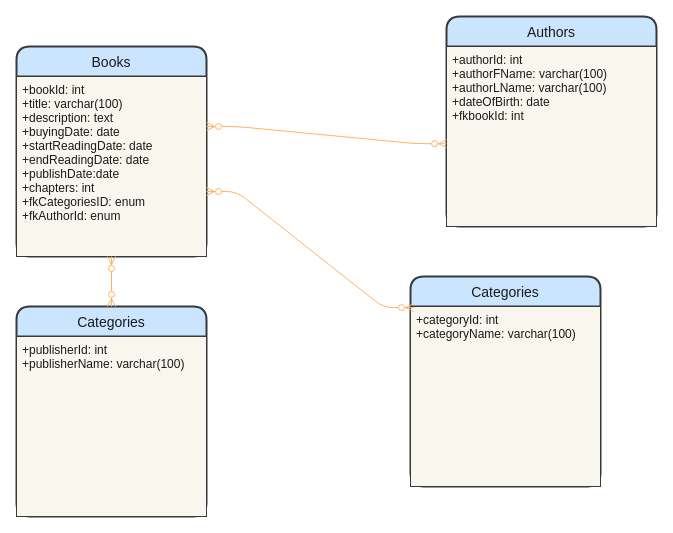
ShahparShabani/FE21-MySQL-DAY2-Shahpar-Madalina keeps this draw.io diagram as Shahpar/bookClass.drawio. Above is the earlier version. Source tidied: cells renumbered, new cells numbered last; positions are measured from the earlier drawing's top-left corner, leaving out a move shared by most shapes. Both pictures are drawn from the tidied source at 100%, with x=0, y=0 at pixel (16, 16).
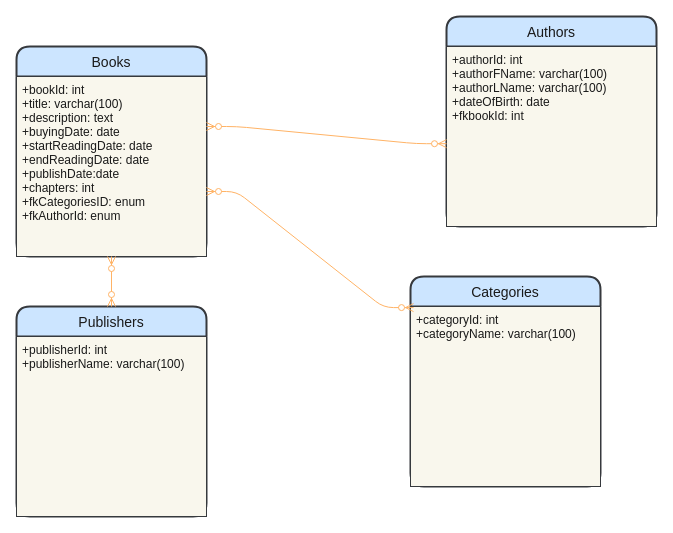
Above is the later version.

The edit, as a diff of the source:
```diff
@@
 <mxGraphModel>
   <root>
     <mxCell id="0" />
     <mxCell id="1" parent="0" />
     <mxCell id="2" value="Books" style="swimlane;horizontal=1;startSize=30;rounded=1;fontSize=14;fontStyle=0;strokeWidth=2;shadow=0;dashed=0;align=center;fillColor=#cce5ff;strokeColor=#36393d;fontColor=#1A1A1A;" parent="1" vertex="1">
       <mxGeometry y="30" width="190" height="210" as="geometry" />
     </mxCell>
     <mxCell id="3" value="+bookId: int&#10;+title: varchar(100)&#10;+description: text&#10;+buyingDate: date&#10;+startReadingDate: date&#10;+endReadingDate: date&#10;+publishDate:date&#10;+chapters: int&#10;+fkCategoriesID: enum&#10;+fkAuthorId: enum" style="align=left;strokeColor=#36393d;fillColor=#f9f7ed;spacingLeft=4;fontSize=12;verticalAlign=top;fontColor=#1A1A1A;" parent="2" vertex="1">
       <mxGeometry y="30" width="190" height="180" as="geometry" />
     </mxCell>
     <mxCell id="4" style="align=left;strokeColor=#36393d;fillColor=#f9f7ed;spacingLeft=4;fontSize=12;verticalAlign=top;fontColor=#1A1A1A;" parent="2" vertex="1">
       <mxGeometry y="210" width="190" as="geometry" />
     </mxCell>
     <mxCell id="5" value="Authors" style="swimlane;horizontal=1;startSize=30;rounded=1;fontSize=14;fontStyle=0;strokeWidth=2;shadow=0;dashed=0;align=center;fillColor=#cce5ff;strokeColor=#36393d;fontColor=#1A1A1A;" parent="1" vertex="1">
       <mxGeometry x="430" width="210" height="210" as="geometry" />
     </mxCell>
     <mxCell id="6" value="+authorId: int&#10;+authorFName: varchar(100)&#10;+authorLName: varchar(100)&#10;+dateOfBirth: date&#10;+fkbookId: int" style="align=left;strokeColor=#36393d;fillColor=#f9f7ed;spacingLeft=4;fontSize=12;verticalAlign=top;fontColor=#1A1A1A;" parent="5" vertex="1">
       <mxGeometry y="30" width="210" height="180" as="geometry" />
     </mxCell>
     <mxCell id="7" style="align=left;strokeColor=#36393d;fillColor=#f9f7ed;spacingLeft=4;fontSize=12;verticalAlign=top;fontColor=#1A1A1A;" parent="5" vertex="1">
       <mxGeometry y="210" width="210" as="geometry" />
     </mxCell>
     <mxCell id="8" style="edgeStyle=orthogonalEdgeStyle;rounded=0;orthogonalLoop=1;jettySize=auto;html=1;exitX=0.5;exitY=1;exitDx=0;exitDy=0;fontColor=#1A1A1A;" parent="5" edge="1" source="6" target="6">
       <mxGeometry relative="1" as="geometry" />
     </mxCell>
     <mxCell id="9" value="Categories" style="swimlane;horizontal=1;startSize=30;rounded=1;fontSize=14;fontStyle=0;strokeWidth=2;shadow=0;dashed=0;align=center;fillColor=#cce5ff;strokeColor=#36393d;fontColor=#1A1A1A;" parent="1" vertex="1">
       <mxGeometry x="394" y="260" width="190" height="210" as="geometry" />
     </mxCell>
     <mxCell id="10" value="+categoryId: int&#10;+categoryName: varchar(100)&#10;&#10;" style="align=left;strokeColor=#36393d;fillColor=#f9f7ed;spacingLeft=4;fontSize=12;verticalAlign=top;fontColor=#1A1A1A;" parent="9" vertex="1">
       <mxGeometry y="30" width="190" height="180" as="geometry" />
     </mxCell>
     <mxCell id="11" style="align=left;strokeColor=#36393d;fillColor=#f9f7ed;spacingLeft=4;fontSize=12;verticalAlign=top;fontColor=#1A1A1A;" parent="9" vertex="1">
       <mxGeometry y="210" width="190" as="geometry" />
     </mxCell>
     <mxCell id="12" style="edgeStyle=entityRelationEdgeStyle;fontSize=12;html=1;endArrow=ERzeroToMany;endFill=1;startArrow=ERzeroToMany;fontColor=#1A1A1A;entryX=0.016;entryY=0.148;entryDx=0;entryDy=0;entryPerimeter=0;fillColor=#ffff88;strokeColor=#FFB366;" parent="1" edge="1" target="9">
       <mxGeometry relative="1" as="geometry">
         <mxPoint x="190" y="175" as="sourcePoint" />
       </mxGeometry>
     </mxCell>
     <mxCell id="13" style="edgeStyle=entityRelationEdgeStyle;fontSize=12;html=1;endArrow=ERzeroToMany;endFill=1;startArrow=ERzeroToMany;fontColor=#1A1A1A;entryX=0;entryY=0.54;entryDx=0;entryDy=0;entryPerimeter=0;strokeColor=#FFB366;" parent="1" edge="1" target="6">
       <mxGeometry relative="1" as="geometry">
         <mxPoint x="190" y="110" as="sourcePoint" />
       </mxGeometry>
     </mxCell>
-    <mxCell id="14" value="Categories" style="swimlane;horizontal=1;startSize=30;rounded=1;fontSize=14;fontStyle=0;strokeWidth=2;shadow=0;dashed=0;align=center;fillColor=#cce5ff;strokeColor=#36393d;fontColor=#1A1A1A;" parent="1" vertex="1">
+    <mxCell id="14" value="Publishers" style="swimlane;horizontal=1;startSize=30;rounded=1;fontSize=14;fontStyle=0;strokeWidth=2;shadow=0;dashed=0;align=center;fillColor=#cce5ff;strokeColor=#36393d;fontColor=#1A1A1A;" parent="1" vertex="1">
       <mxGeometry y="290" width="190" height="210" as="geometry" />
     </mxCell>
     <mxCell id="15" value="+publisherId: int&#10;+publisherName: varchar(100)&#10;&#10;" style="align=left;strokeColor=#36393d;fillColor=#f9f7ed;spacingLeft=4;fontSize=12;verticalAlign=top;fontColor=#1A1A1A;" parent="14" vertex="1">
       <mxGeometry y="30" width="190" height="180" as="geometry" />
     </mxCell>
     <mxCell id="16" style="align=left;strokeColor=#36393d;fillColor=#f9f7ed;spacingLeft=4;fontSize=12;verticalAlign=top;fontColor=#1A1A1A;" parent="14" vertex="1">
       <mxGeometry y="210" width="190" as="geometry" />
     </mxCell>
     <mxCell id="17" style="fontSize=12;html=1;endArrow=ERzeroToMany;endFill=1;startArrow=ERzeroToMany;entryX=0;entryY=0;entryDx=0;entryDy=0;exitX=0.5;exitY=0;exitDx=0;exitDy=0;strokeColor=#FFB366;" parent="1" edge="1" source="14" target="4">
       <mxGeometry relative="1" as="geometry" />
     </mxCell>
   </root>
 </mxGraphModel>
```
